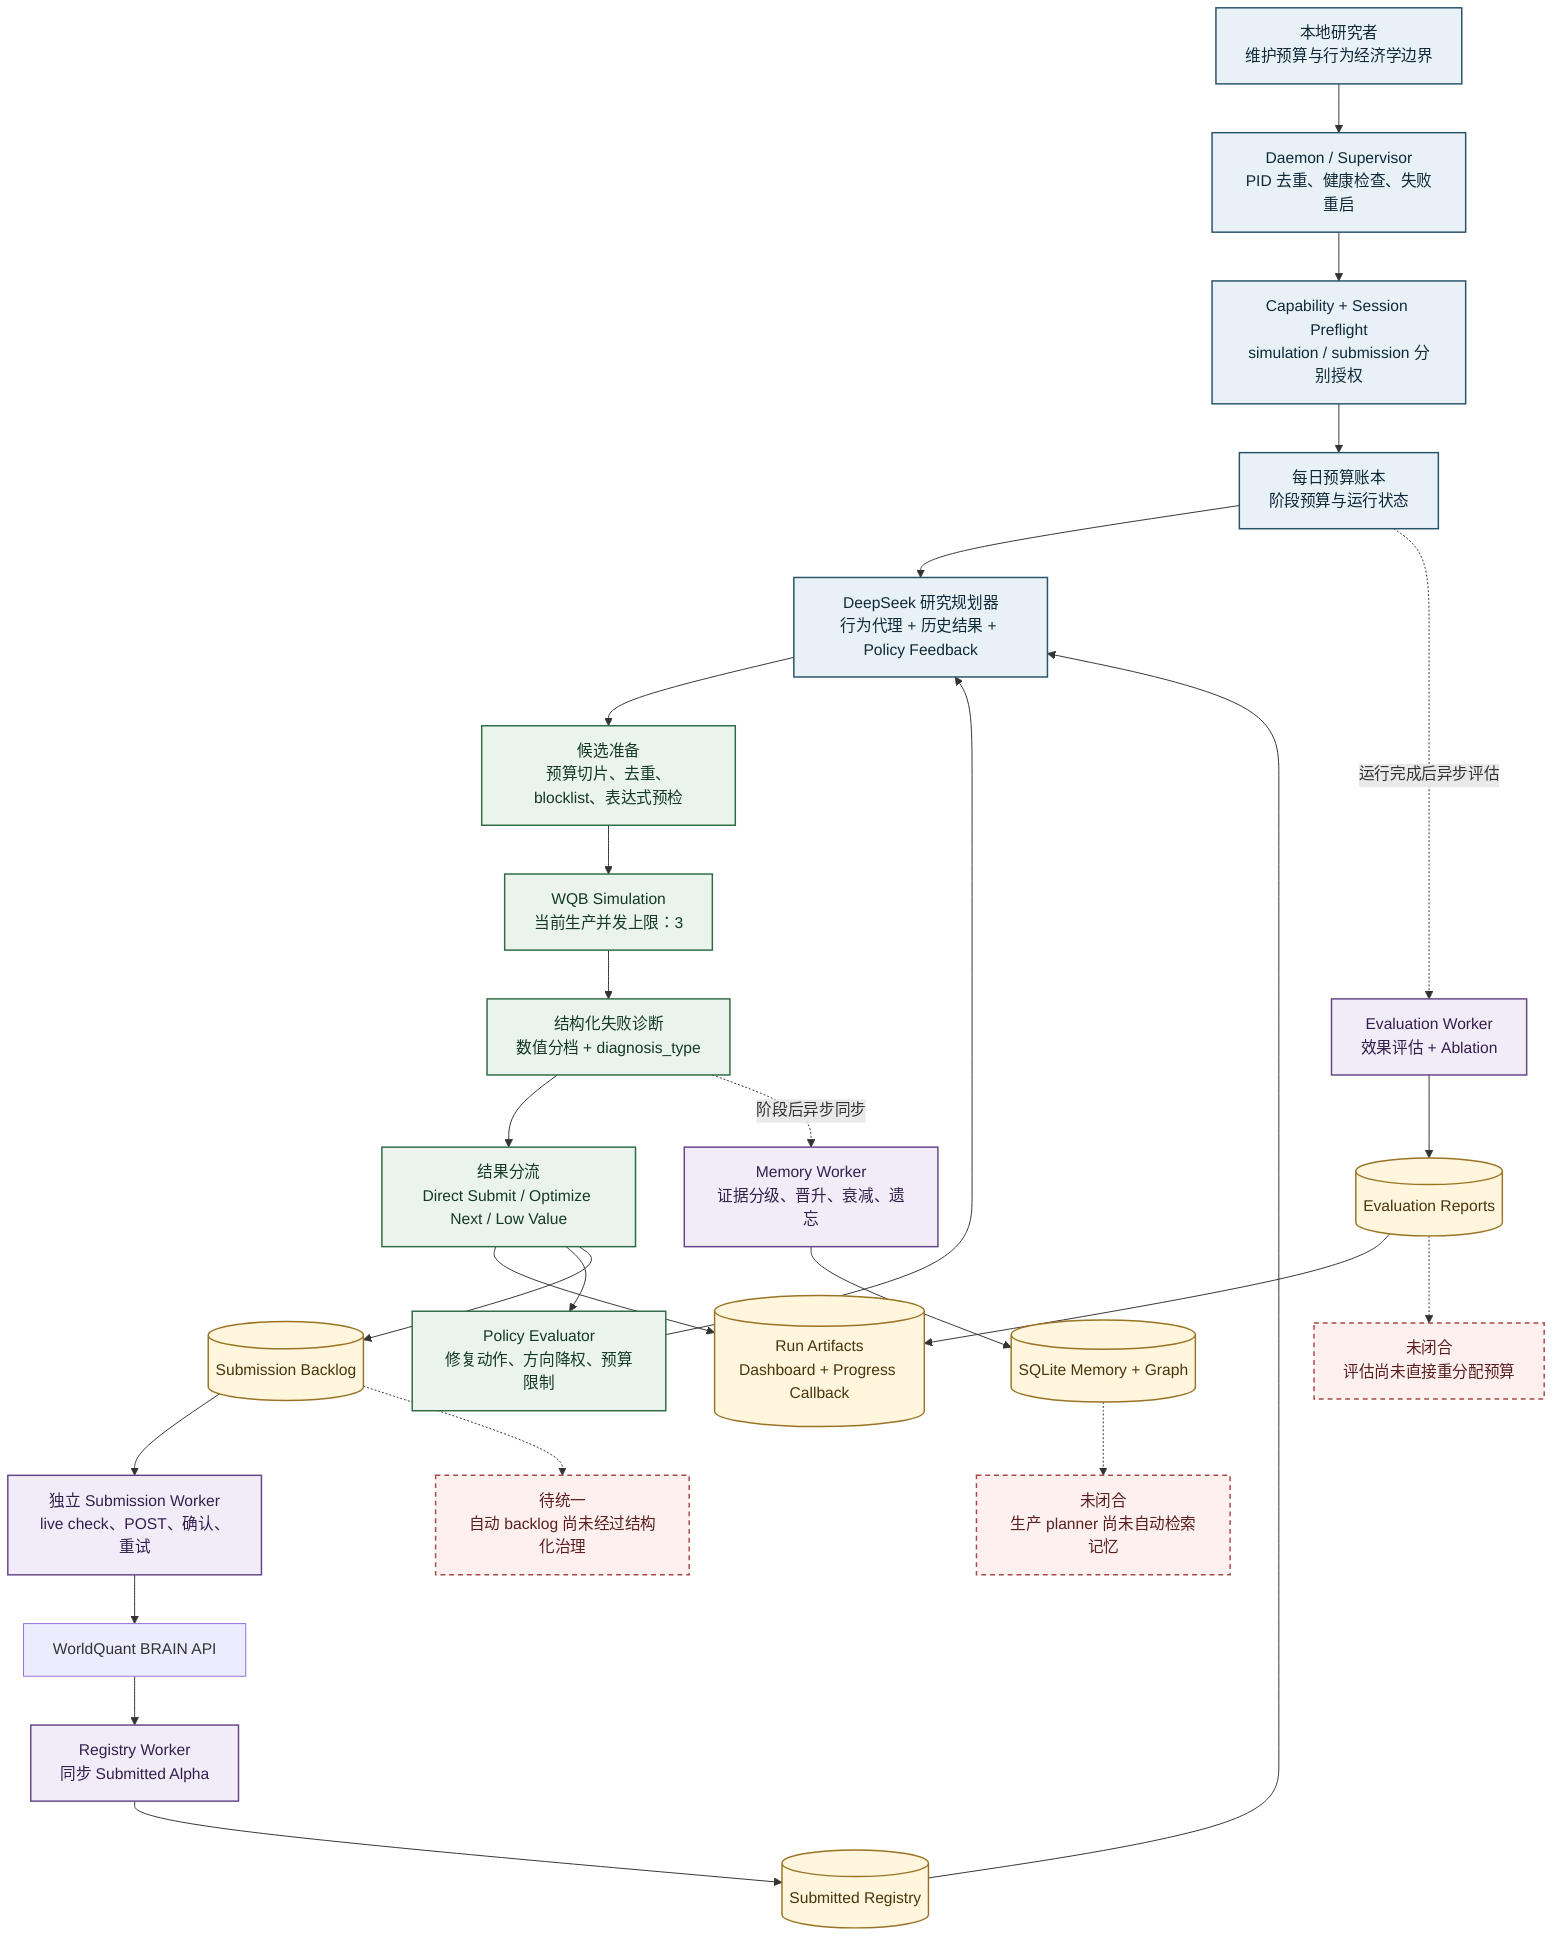
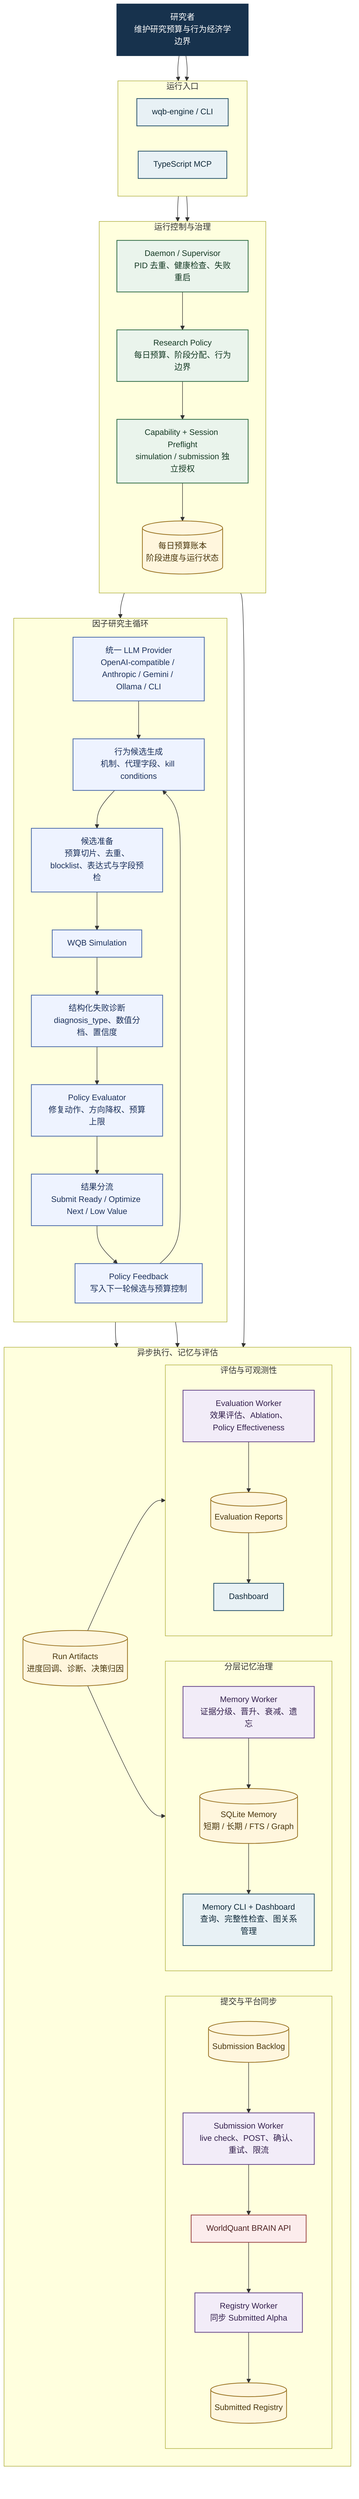
flowchart TB
-     user["本地研究者<br/>维护预算与行为经济学边界"]
-     supervisor["Daemon / Supervisor<br/>PID 去重、健康检查、失败重启"]
-     gate["Capability + Session Preflight<br/>simulation / submission 分别授权"]
-     ledger["每日预算账本<br/>阶段预算与运行状态"]
-     planner["DeepSeek 研究规划器<br/>行为代理 + 历史结果 + Policy Feedback"]
-     prepare["候选准备<br/>预算切片、去重、blocklist、表达式预检"]
-     simulate["WQB Simulation<br/>当前生产并发上限：3"]
-     diagnose["结构化失败诊断<br/>数值分档 + diagnosis_type"]
-     triage["结果分流<br/>Direct Submit / Optimize Next / Low Value"]
-     artifacts[("Run Artifacts<br/>Dashboard + Progress Callback")]
+     user["研究者<br/>维护研究预算与行为经济学边界"]

-     policy["Policy Evaluator<br/>修复动作、方向降权、预算限制"]
-     backlog[("Submission Backlog")]
-     submission["独立 Submission Worker<br/>live check、POST、确认、重试"]
-     wqb["WorldQuant BRAIN API"]
-     registry["Registry Worker<br/>同步 Submitted Alpha"]
-     registry_db[("Submitted Registry")]
+     subgraph access["运行入口"]
+         direction LR
+         cli["wqb-engine / CLI"]
+         mcp["TypeScript MCP"]
+     end

-     memory_worker["Memory Worker<br/>证据分级、晋升、衰减、遗忘"]
-     memory_db[("SQLite Memory + Graph")]
-     evaluation["Evaluation Worker<br/>效果评估 + Ablation"]
-     reports[("Evaluation Reports")]
+     subgraph control["运行控制与治理"]
+         direction TB
+         supervisor["Daemon / Supervisor<br/>PID 去重、健康检查、失败重启"]
+         research_policy["Research Policy<br/>每日预算、阶段分配、行为边界"]
+         preflight["Capability + Session Preflight<br/>simulation / submission 独立授权"]
+         ledger[("每日预算账本<br/>阶段进度与运行状态")]
+     end

-     gap_memory["未闭合<br/>生产 planner 尚未自动检索记忆"]
-     gap_eval["未闭合<br/>评估尚未直接重分配预算"]
-     gap_submit["待统一<br/>自动 backlog 尚未经过结构化治理"]
+     subgraph research["因子研究主循环"]
+         direction TB
+         llm["统一 LLM Provider<br/>OpenAI-compatible / Anthropic / Gemini / Ollama / CLI"]
+         candidate["行为候选生成<br/>机制、代理字段、kill conditions"]
+         prepare["候选准备<br/>预算切片、去重、blocklist、表达式与字段预检"]
+         simulate["WQB Simulation"]
+         diagnose["结构化失败诊断<br/>diagnosis_type、数值分档、置信度"]
+         policy["Policy Evaluator<br/>修复动作、方向降权、预算上限"]
+         triage["结果分流<br/>Submit Ready / Optimize Next / Low Value"]
+         feedback["Policy Feedback<br/>写入下一轮候选与预算控制"]
+     end

-     user --> supervisor --> gate --> ledger --> planner --> prepare
-     prepare --> simulate --> diagnose --> triage --> artifacts
+     subgraph async_lanes["异步执行、记忆与评估"]
+         direction LR
+         artifacts[("Run Artifacts<br/>进度回调、诊断、决策归因")]

-     triage --> policy --> planner
-     triage --> backlog --> submission --> wqb
-     wqb --> registry --> registry_db
-     registry_db --> planner
+         subgraph submission_lane["提交与平台同步"]
+             direction TB
+             backlog[("Submission Backlog")]
+             submission["Submission Worker<br/>live check、POST、确认、重试、限流"]
+             wqb["WorldQuant BRAIN API"]
+             registry["Registry Worker<br/>同步 Submitted Alpha"]
+             registry_db[("Submitted Registry")]
+         end

-     diagnose -. "阶段后异步同步" .-> memory_worker --> memory_db
-     ledger -. "运行完成后异步评估" .-> evaluation --> reports
-     reports --> artifacts
+         subgraph memory_lane["分层记忆治理"]
+             direction TB
+             memory_worker["Memory Worker<br/>证据分级、晋升、衰减、遗忘"]
+             memory_db[("SQLite Memory<br/>短期 / 长期 / FTS / Graph")]
+             memory_tools["Memory CLI + Dashboard<br/>查询、完整性检查、图关系管理"]
+         end

-     memory_db -.-> gap_memory
-     reports -.-> gap_eval
-     backlog -.-> gap_submit
+         subgraph evaluation_lane["评估与可观测性"]
+             direction TB
+             evaluation["Evaluation Worker<br/>效果评估、Ablation、Policy Effectiveness"]
+             reports[("Evaluation Reports")]
+             dashboard["Dashboard"]
+         end
+     end

-     classDef control fill:#E8F1F5,stroke:#28536B,color:#102A3A,stroke-width:1.5px;
-     classDef mining fill:#EAF4EC,stroke:#2E6B45,color:#153A24,stroke-width:1.5px;
+     user --> cli
+     user --> mcp
+     cli --> supervisor
+     mcp --> supervisor
+     supervisor --> research_policy --> preflight --> ledger
+     ledger --> llm --> candidate --> prepare --> simulate --> diagnose --> policy --> triage
+     triage --> feedback --> candidate
+ 
+     triage --> artifacts
+     ledger --> artifacts
+     triage --> backlog --> submission --> wqb --> registry --> registry_db
+     artifacts --> memory_worker --> memory_db --> memory_tools
+     artifacts --> evaluation --> reports --> dashboard
+ 
+     classDef person fill:#17324D,stroke:#17324D,color:#FFFFFF,stroke-width:1.5px;
+     classDef interface fill:#E8F1F5,stroke:#28536B,color:#102A3A,stroke-width:1.5px;
+     classDef controlNode fill:#EAF4EC,stroke:#2E6B45,color:#153A24,stroke-width:1.5px;
+     classDef researchNode fill:#EEF3FF,stroke:#4969A8,color:#1C315B,stroke-width:1.5px;
    classDef worker fill:#F2ECF8,stroke:#65458A,color:#34204D,stroke-width:1.5px;
    classDef store fill:#FFF6DD,stroke:#9A7424,color:#49360D,stroke-width:1.5px;
-     classDef gap fill:#FFF0F0,stroke:#A84848,color:#5A2020,stroke-width:1.5px,stroke-dasharray:5 4;
+     classDef external fill:#FCECEC,stroke:#9A4545,color:#4D2020,stroke-width:1.5px;

-     class user,supervisor,gate,ledger,planner control;
-     class prepare,simulate,diagnose,triage,policy mining;
+     class user person;
+     class cli,mcp,memory_tools,dashboard interface;
+     class supervisor,research_policy,preflight controlNode;
+     class llm,candidate,prepare,simulate,diagnose,policy,triage,feedback researchNode;
    class submission,registry,memory_worker,evaluation worker;
-     class artifacts,backlog,registry_db,memory_db,reports store;
-     class gap_memory,gap_eval,gap_submit gap;
+     class ledger,backlog,registry_db,memory_db,artifacts,reports store;
+     class wqb external;
